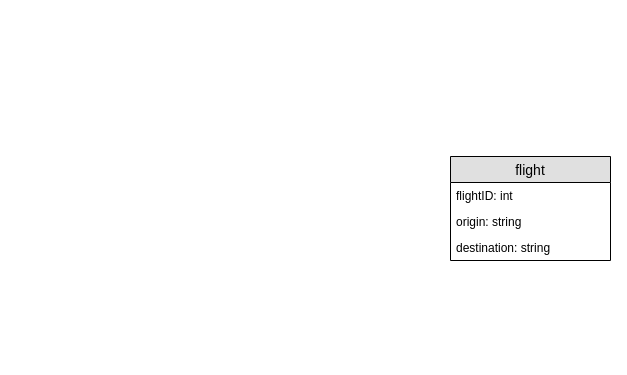
aphatcodefactory/FSWD70-SQL-DAY02-Acilio-Andreas-Mathias keeps this draw.io diagram as AirlineHenkasFlights.drawio. Above is the earlier version. Source tidied: cells renumbered, new cells numbered last; positions are measured from the earlier drawing's top-left corner, leaving out a move shared by most shapes. Both pictures are drawn from the tidied source at 100%, with x=0, y=0 at pixel (450, 156).
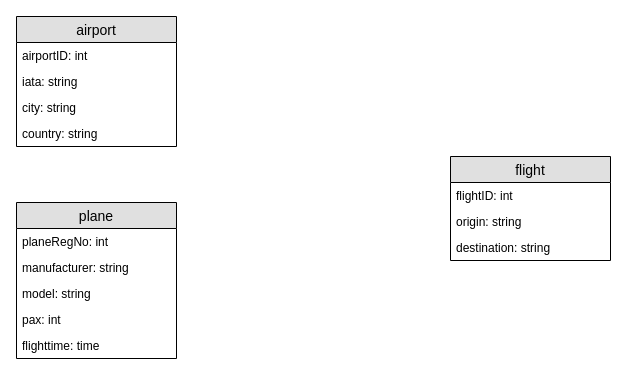
After the change.

Diff of the diagram source:
```diff
@@
 <mxGraphModel>
   <root>
     <mxCell id="0" />
     <mxCell id="1" parent="0" />
     <mxCell id="2" value="flight" style="swimlane;fontStyle=0;horizontal=1;startSize=26;fillColor=#e0e0e0;swimlaneFillColor=#ffffff;align=center;fontSize=14;" parent="1" vertex="1">
       <mxGeometry width="160" height="104" as="geometry" />
     </mxCell>
     <mxCell id="3" value="flightID: int" style="text;strokeColor=none;fillColor=none;spacingLeft=4;spacingRight=4;overflow=hidden;fontSize=12;" parent="2" vertex="1">
       <mxGeometry y="26" width="160" height="26" as="geometry" />
     </mxCell>
     <mxCell id="4" value="origin: string" style="text;strokeColor=none;fillColor=none;spacingLeft=4;spacingRight=4;overflow=hidden;fontSize=12;" parent="2" vertex="1">
       <mxGeometry y="52" width="160" height="26" as="geometry" />
     </mxCell>
     <mxCell id="5" value="destination: string" style="text;strokeColor=none;fillColor=none;spacingLeft=4;spacingRight=4;overflow=hidden;fontSize=12;" parent="2" vertex="1">
       <mxGeometry y="78" width="160" height="26" as="geometry" />
     </mxCell>
+    <mxCell id="6" value="airport" style="swimlane;fontStyle=0;horizontal=1;startSize=26;fillColor=#e0e0e0;swimlaneFillColor=#ffffff;align=center;fontSize=14;" parent="1" vertex="1">
+      <mxGeometry x="-434" y="-140" width="160" height="130" as="geometry" />
+    </mxCell>
+    <mxCell id="7" value="airportID: int" style="text;strokeColor=none;fillColor=none;spacingLeft=4;spacingRight=4;overflow=hidden;fontSize=12;" parent="6" vertex="1">
+      <mxGeometry y="26" width="160" height="26" as="geometry" />
+    </mxCell>
+    <mxCell id="8" value="iata: string" style="text;strokeColor=none;fillColor=none;spacingLeft=4;spacingRight=4;overflow=hidden;fontSize=12;" parent="6" vertex="1">
+      <mxGeometry y="52" width="160" height="26" as="geometry" />
+    </mxCell>
+    <mxCell id="9" value="city: string" style="text;strokeColor=none;fillColor=none;spacingLeft=4;spacingRight=4;overflow=hidden;fontSize=12;" parent="6" vertex="1">
+      <mxGeometry y="78" width="160" height="26" as="geometry" />
+    </mxCell>
+    <mxCell id="10" value="country: string" style="text;strokeColor=none;fillColor=none;spacingLeft=4;spacingRight=4;overflow=hidden;fontSize=12;" parent="6" vertex="1">
+      <mxGeometry y="104" width="160" height="26" as="geometry" />
+    </mxCell>
+    <mxCell id="11" value="plane" style="swimlane;fontStyle=0;horizontal=1;startSize=26;fillColor=#e0e0e0;swimlaneFillColor=#ffffff;align=center;fontSize=14;" parent="1" vertex="1">
+      <mxGeometry x="-434" y="46" width="160" height="156" as="geometry" />
+    </mxCell>
+    <mxCell id="12" value="planeRegNo: int" style="text;strokeColor=none;fillColor=none;spacingLeft=4;spacingRight=4;overflow=hidden;fontSize=12;" parent="11" vertex="1">
+      <mxGeometry y="26" width="160" height="26" as="geometry" />
+    </mxCell>
+    <mxCell id="13" value="manufacturer: string" style="text;strokeColor=none;fillColor=none;spacingLeft=4;spacingRight=4;overflow=hidden;fontSize=12;" parent="11" vertex="1">
+      <mxGeometry y="52" width="160" height="26" as="geometry" />
+    </mxCell>
+    <mxCell id="14" value="model: string" style="text;strokeColor=none;fillColor=none;spacingLeft=4;spacingRight=4;overflow=hidden;fontSize=12;" parent="11" vertex="1">
+      <mxGeometry y="78" width="160" height="26" as="geometry" />
+    </mxCell>
+    <mxCell id="15" value="pax: int" style="text;strokeColor=none;fillColor=none;spacingLeft=4;spacingRight=4;overflow=hidden;fontSize=12;" parent="11" vertex="1">
+      <mxGeometry y="104" width="160" height="26" as="geometry" />
+    </mxCell>
+    <mxCell id="16" value="flighttime: time" style="text;strokeColor=none;fillColor=none;spacingLeft=4;spacingRight=4;overflow=hidden;fontSize=12;" parent="11" vertex="1">
+      <mxGeometry y="130" width="160" height="26" as="geometry" />
+    </mxCell>
   </root>
 </mxGraphModel>
```
